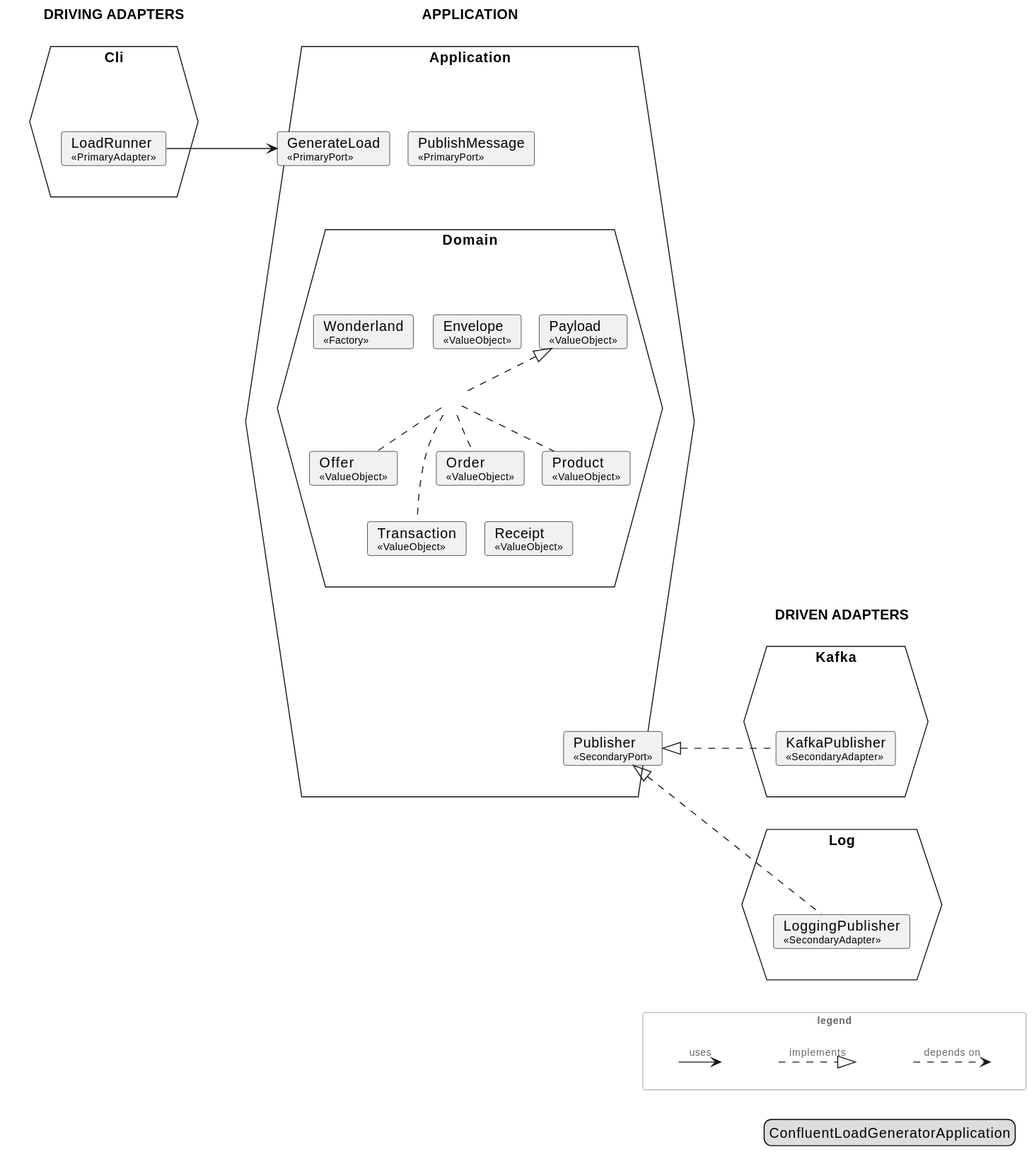
Before: docs/generated/architecture/svg/hexagon.svg, a diagram exported from PlantUML (Mathmagicians/confluent-eventing-playground).
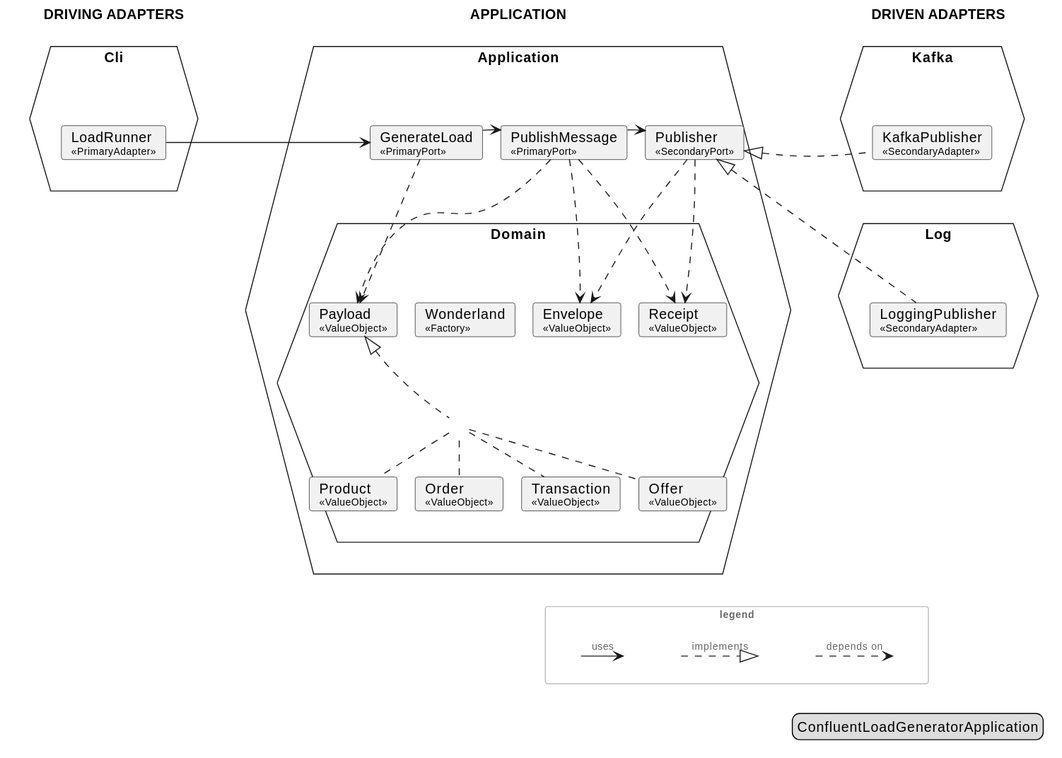
After the commit.

Commit message:
Tweaks to hexagon diagram layout. Definition of bdd user story for  stream consuming case

What changed in the source:
```diff
@@ -13,20 +13,21 @@
 
 rectangle "DRIVING ADAPTERS" as driving #line:transparent {
   hexagon "Cli" as m_Cli {
-    rectangle " " as m_Cli_in #line:transparent {
+    rectangle "<size:1> </size>" as m_Cli_in #line:transparent {
       card "LoadRunner\n<size:10>«PrimaryAdapter»</size>" as m_Cli_LoadRunner
     }
   }
 }
 rectangle "APPLICATION" as core #line:transparent {
   hexagon "Application" as m_Application {
-    rectangle " " as m_Application_in #line:transparent {
+    rectangle "<size:1> </size>" as m_Application_in #line:transparent {
       card "GenerateLoad\n<size:10>«PrimaryPort»</size>" as m_Application_GenerateLoad
       card "PublishMessage\n<size:10>«PrimaryPort»</size>" as m_Application_PublishMessage
       card "Publisher\n<size:10>«SecondaryPort»</size>" as m_Application_Publisher
       m_Application_GenerateLoad -[hidden]right-> m_Application_PublishMessage
+      m_Application_PublishMessage -[hidden]right-> m_Application_Publisher
       hexagon "Domain" as m_Domain {
-        rectangle " " as m_Domain_in #line:transparent {
+        rectangle "<size:1> </size>" as m_Domain_in #line:transparent {
           card "Wonderland\n<size:10>«Factory»</size>" as m_Domain_Wonderland
           card "Envelope\n<size:10>«ValueObject»</size>" as m_Domain_Envelope
           card "Payload\n<size:10>«ValueObject»</size>" as m_Domain_Payload
@@ -42,38 +43,42 @@
           m_Domain_Payload_j .up.|> m_Domain_Payload
           card "Receipt\n<size:10>«ValueObject»</size>" as m_Domain_Receipt
           m_Domain_Wonderland -[hidden]right-> m_Domain_Envelope
-          m_Domain_Wonderland -[hidden]down-> m_Domain_Offer
           m_Domain_Envelope -[hidden]right-> m_Domain_Payload
-          m_Domain_Envelope -[hidden]down-> m_Domain_Order
-          m_Domain_Payload -[hidden]down-> m_Domain_Product
+          m_Domain_Payload -[hidden]right-> m_Domain_Receipt
           m_Domain_Offer -[hidden]right-> m_Domain_Order
-          m_Domain_Offer -[hidden]down-> m_Domain_Transaction
           m_Domain_Order -[hidden]right-> m_Domain_Product
-          m_Domain_Order -[hidden]down-> m_Domain_Receipt
-          m_Domain_Transaction -[hidden]right-> m_Domain_Receipt
+          m_Domain_Product -[hidden]right-> m_Domain_Transaction
+          m_Domain_Payload -[hidden]down-> m_Domain_Order
         }
       }
-      m_Application_GenerateLoad -[hidden]down-> m_Domain_Wonderland
-      m_Application_PublishMessage -[hidden]down-> m_Domain_Wonderland
-      m_Domain_Transaction -[hidden]down-> m_Application_Publisher
-      m_Domain_Receipt -[hidden]down-> m_Application_Publisher
+      m_Application_GenerateLoad -[hidden]down-> m_Domain_Envelope
+      m_Application_PublishMessage -[hidden]down-> m_Domain_Envelope
+      m_Application_Publisher -[hidden]down-> m_Domain_Envelope
     }
   }
 }
 rectangle "DRIVEN ADAPTERS" as driven #line:transparent {
   hexagon "Kafka" as m_Kafka {
-    rectangle " " as m_Kafka_in #line:transparent {
+    rectangle "<size:1> </size>" as m_Kafka_in #line:transparent {
       card "KafkaPublisher\n<size:10>«SecondaryAdapter»</size>" as m_Kafka_KafkaPublisher
     }
   }
   hexagon "Log" as m_Log {
-    rectangle " " as m_Log_in #line:transparent {
+    rectangle "<size:1> </size>" as m_Log_in #line:transparent {
       card "LoggingPublisher\n<size:10>«SecondaryAdapter»</size>" as m_Log_LoggingPublisher
     }
   }
   m_Kafka_KafkaPublisher -[hidden]down-> m_Log_LoggingPublisher
 }
 
+m_Application_GenerateLoad -right-> m_Application_PublishMessage
+m_Application_GenerateLoad ..> m_Domain_Payload
+m_Application_PublishMessage -right-> m_Application_Publisher
+m_Application_PublishMessage ..> m_Domain_Envelope
+m_Application_PublishMessage ..> m_Domain_Payload
+m_Application_PublishMessage ..> m_Domain_Receipt
+m_Application_Publisher ..> m_Domain_Envelope
+m_Application_Publisher ..> m_Domain_Receipt
 m_Cli_LoadRunner -right-> m_Application_GenerateLoad
 m_Kafka_KafkaPublisher .left.|> m_Application_Publisher
 m_Log_LoggingPublisher .left.|> m_Application_Publisher
@@ -92,7 +97,10 @@
   l_implements_to -[hidden]right-> l_depends_on_from
 }
 m_Log_LoggingPublisher -[hidden]down-> l_uses_from
-m_Application_Publisher -[hidden]down-> l_uses_from
+m_Domain_Offer -[hidden]down-> l_uses_from
+m_Domain_Order -[hidden]down-> l_uses_from
+m_Domain_Product -[hidden]down-> l_uses_from
+m_Domain_Transaction -[hidden]down-> l_uses_from
 legend right
   ConfluentLoadGeneratorApplication
 endlegend
```
